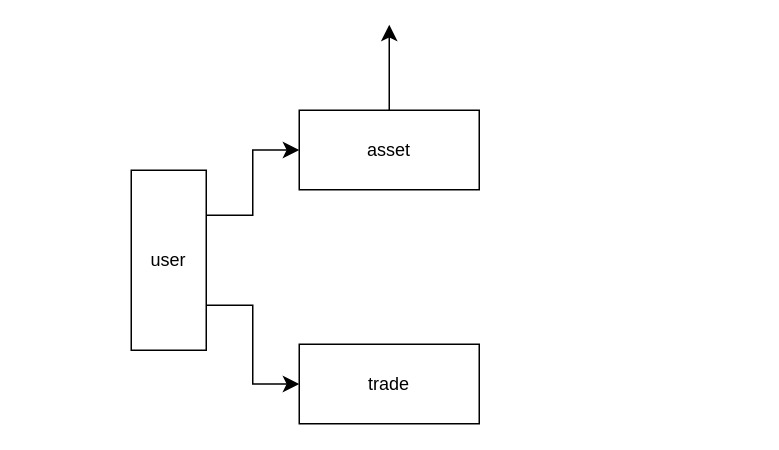
Above: drawio/ms.drawio in cmkam/architecture (draw.io), before the change. Source tidied: cells renumbered, new cells numbered last; positions are measured from the earlier drawing's top-left corner, leaving out a move shared by most shapes. Both pictures are drawn from the tidied source at 150%, with x=0, y=0 at pixel (130, 24).
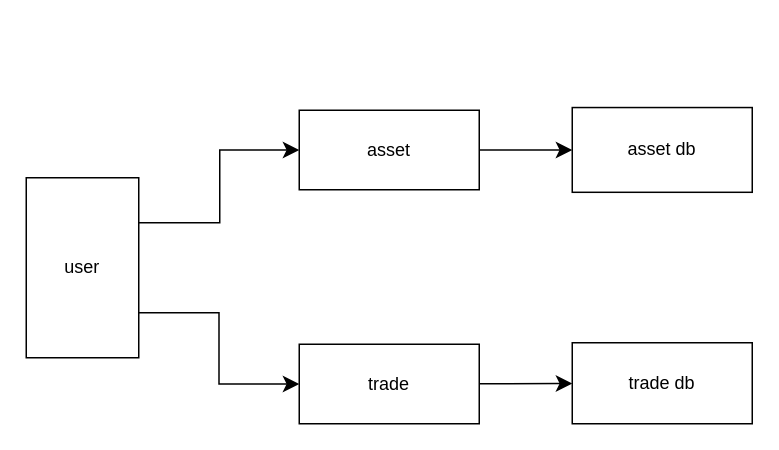
Above is the later version.

Diff of the diagram source:
```diff
@@
 <mxGraphModel>
   <root>
     <mxCell id="0" />
     <mxCell id="1" parent="0" />
-    <mxCell id="2" style="edgeStyle=none;curved=1;rounded=0;jettySize=auto;html=1;fontSize=12;startSize=8;endSize=8;" parent="1" edge="1" source="3">
-      <mxGeometry relative="1" as="geometry">
-        <mxPoint x="172" as="targetPoint" />
-      </mxGeometry>
+    <mxCell id="2" style="edgeStyle=none;curved=1;rounded=0;jettySize=auto;html=1;fontSize=12;startSize=8;endSize=8;" parent="1" edge="1" source="3" target="9">
+      <mxGeometry relative="1" as="geometry" />
     </mxCell>
     <mxCell id="3" value="asset" style="whiteSpace=wrap;html=1;" parent="1" vertex="1">
       <mxGeometry x="112" y="57" width="120" height="53" as="geometry" />
     </mxCell>
+    <mxCell id="8" style="edgeStyle=none;curved=1;rounded=0;jettySize=auto;html=1;fontSize=12;startSize=8;endSize=8;" parent="1" edge="1" source="4" target="10">
+      <mxGeometry relative="1" as="geometry" />
+    </mxCell>
     <mxCell id="4" value="trade" style="whiteSpace=wrap;html=1;" parent="1" vertex="1">
       <mxGeometry x="112" y="213" width="120" height="53" as="geometry" />
     </mxCell>
     <mxCell id="5" style="edgeStyle=elbowEdgeStyle;rounded=0;jettySize=auto;html=1;fontSize=12;startSize=8;endSize=8;exitX=0.25;exitY=0;exitDx=0;exitDy=0;" parent="1" edge="1" source="7" target="3">
       <mxGeometry relative="1" as="geometry" />
     </mxCell>
     <mxCell id="6" style="edgeStyle=orthogonalEdgeStyle;rounded=0;jettySize=auto;html=1;entryX=0;entryY=0.5;entryDx=0;entryDy=0;fontSize=12;startSize=8;endSize=8;exitX=0.75;exitY=0;exitDx=0;exitDy=0;" parent="1" edge="1" source="7" target="4">
       <mxGeometry relative="1" as="geometry" />
     </mxCell>
     <mxCell id="7" value="user" style="whiteSpace=wrap;html=1;direction=south;" parent="1" vertex="1">
-      <mxGeometry y="97" width="50" height="120" as="geometry" />
+      <mxGeometry x="-70" y="102" width="75" height="120" as="geometry" />
     </mxCell>
+    <mxCell id="9" value="asset db" style="whiteSpace=wrap;html=1;" parent="1" vertex="1">
+      <mxGeometry x="294" y="55.2" width="120" height="56.5" as="geometry" />
+    </mxCell>
+    <mxCell id="10" value="trade db" style="whiteSpace=wrap;html=1;" parent="1" vertex="1">
+      <mxGeometry x="294" y="212" width="120" height="54" as="geometry" />
+    </mxCell>
   </root>
 </mxGraphModel>
```
